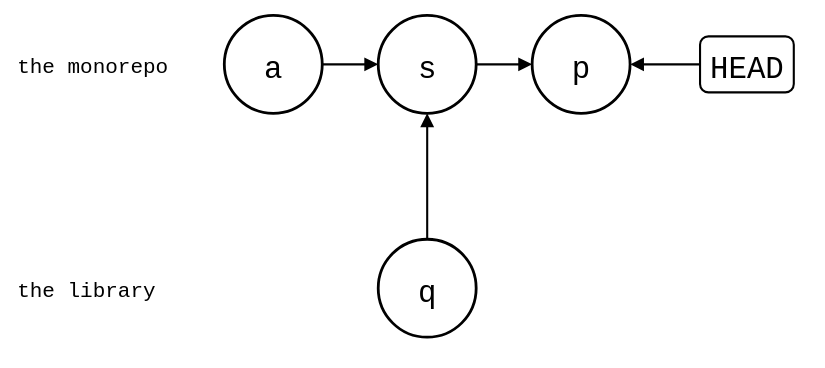
Above: test/comparisons/git-subtree-squash-merged.drawio.svg in roschaefer/git-splice (draw.io), before the change. Source tidied: cells renumbered, new cells last; positions are measured from the earlier drawing's top-left corner, leaving out a move shared by most shapes.
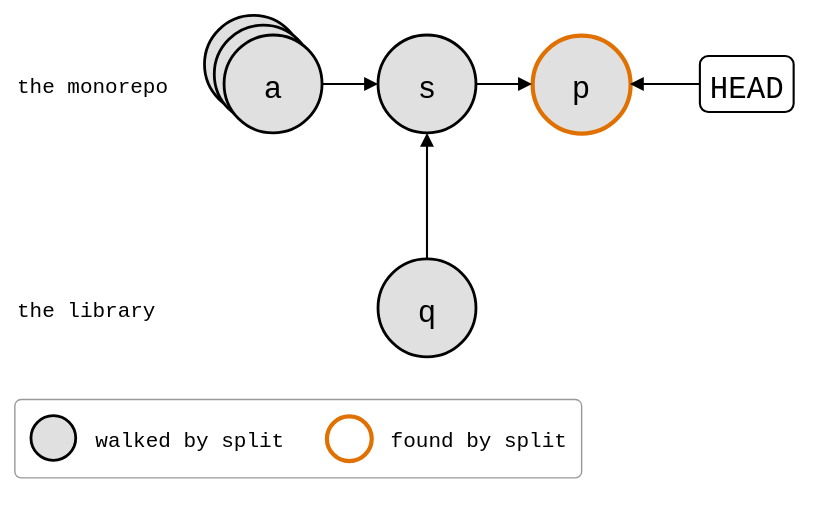
After the commit.

Change to the diagram source:
```diff
@@ -8,16 +8,22 @@
     <mxCell id="3" value="the library" style="text;strokeColor=none;fillColor=none;align=left;verticalAlign=middle;fontSize=15;fontFamily=Roboto Mono,monospace;" parent="1" vertex="1">
       <mxGeometry y="180" width="130" height="30" as="geometry" />
     </mxCell>
+    <mxCell id="13" style="shape=ellipse;fontSize=22;fontFamily=Roboto Mono,monospace;strokeWidth=2;fillColor=#E0E0E0;" parent="1" vertex="1">
+      <mxGeometry x="136" y="-14" width="70" height="70" as="geometry" />
+    </mxCell>
+    <mxCell id="14" style="shape=ellipse;fontSize=22;fontFamily=Roboto Mono,monospace;strokeWidth=2;fillColor=#E0E0E0;" parent="1" vertex="1">
+      <mxGeometry x="143" y="-7" width="70" height="70" as="geometry" />
+    </mxCell>
-    <mxCell id="4" value="a" style="ellipse;strokeWidth=2;fontSize=22;fontFamily=Roboto Mono,monospace;" parent="1" vertex="1">
+    <mxCell id="4" value="a" style="ellipse;fontSize=22;fontFamily=Roboto Mono,monospace;strokeWidth=2;fillColor=#E0E0E0;" parent="1" vertex="1">
       <mxGeometry x="150" width="70" height="70" as="geometry" />
     </mxCell>
-    <mxCell id="5" value="s" style="ellipse;strokeWidth=2;fontSize=22;fontFamily=Roboto Mono,monospace;" parent="1" vertex="1">
+    <mxCell id="5" value="s" style="ellipse;fontSize=22;fontFamily=Roboto Mono,monospace;strokeWidth=2;fillColor=#E0E0E0;" parent="1" vertex="1">
       <mxGeometry x="260" width="70" height="70" as="geometry" />
     </mxCell>
-    <mxCell id="6" value="p" style="ellipse;strokeWidth=2;fontSize=22;fontFamily=Roboto Mono,monospace;" parent="1" vertex="1">
+    <mxCell id="6" value="p" style="ellipse;fontSize=22;fontFamily=Roboto Mono,monospace;strokeColor=#E07000;strokeWidth=3;fillColor=#E0E0E0;" parent="1" vertex="1">
       <mxGeometry x="370" width="70" height="70" as="geometry" />
     </mxCell>
-    <mxCell id="7" value="q" style="ellipse;strokeWidth=2;fontSize=22;fontFamily=Roboto Mono,monospace;" parent="1" vertex="1">
+    <mxCell id="7" value="q" style="ellipse;fontSize=22;fontFamily=Roboto Mono,monospace;strokeWidth=2;fillColor=#E0E0E0;" parent="1" vertex="1">
       <mxGeometry x="260" y="160" width="70" height="70" as="geometry" />
     </mxCell>
     <mxCell id="8" value="HEAD" style="rounded=1;strokeWidth=1.5;fontSize=22;fontFamily=Roboto Mono,monospace;" parent="1" vertex="1">
@@ -35,5 +41,20 @@
     <mxCell id="12" style="endArrow=block;endFill=1;html=1;strokeWidth=1.5;rounded=0;" parent="1" edge="1" source="7" target="5">
       <mxGeometry relative="1" as="geometry" />
     </mxCell>
+    <mxCell id="15" style="rounded=1;arcSize=8;fillColor=none;strokeColor=#999999;strokeWidth=1;legend=1;" parent="1" vertex="1">
+      <mxGeometry y="260" width="405" height="56" as="geometry" />
+    </mxCell>
+    <mxCell id="16" style="ellipse;fontSize=13;fontFamily=Roboto Mono,monospace;strokeWidth=2;fillColor=#E0E0E0;" parent="15" vertex="1">
+      <mxGeometry x="12" y="12" width="32" height="32" as="geometry" />
+    </mxCell>
+    <mxCell id="17" value="walked by split" style="text;align=left;verticalAlign=middle;fontSize=15;fontFamily=Roboto Mono,monospace;" parent="15" vertex="1">
+      <mxGeometry x="56" y="12" width="135" height="32" as="geometry" />
+    </mxCell>
+    <mxCell id="18" style="ellipse;fontSize=13;fontFamily=Roboto Mono,monospace;strokeColor=#E07000;strokeWidth=3;" parent="15" vertex="1">
+      <mxGeometry x="223" y="12" width="32" height="32" as="geometry" />
+    </mxCell>
+    <mxCell id="19" value="found by split" style="text;align=left;verticalAlign=middle;fontSize=15;fontFamily=Roboto Mono,monospace;" parent="15" vertex="1">
+      <mxGeometry x="267" y="12" width="126" height="32" as="geometry" />
+    </mxCell>
   </root>
 </mxGraphModel>
```
